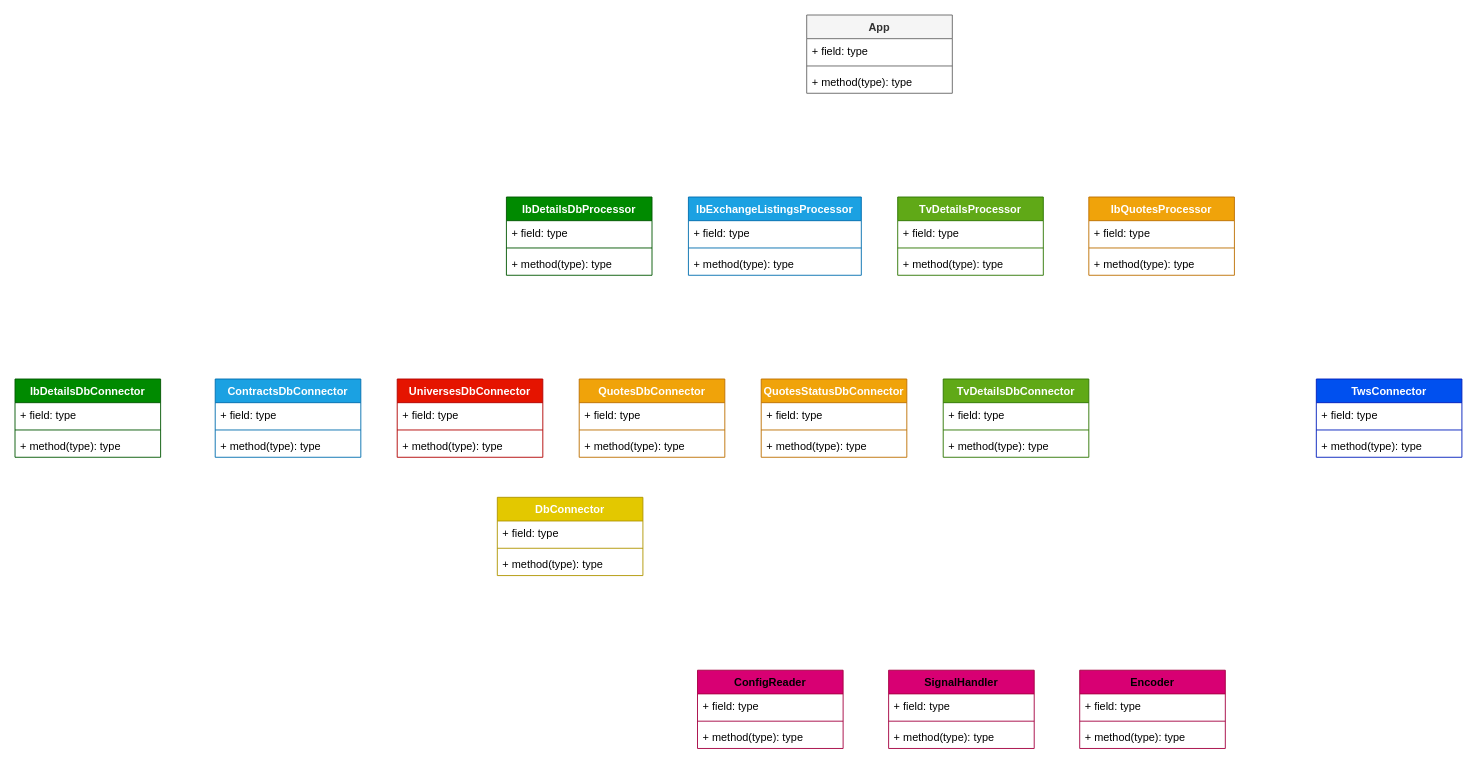
Above: archive/class_diagram/barbucket_class_diagram.drawio in webclinic017/barbucket (draw.io), before the change. Source tidied: cells renumbered, new cells numbered last; positions are measured from the earlier drawing's top-left corner, leaving out a move shared by most shapes. Both pictures are drawn from the tidied source at 91%, with x=0, y=0 at pixel (15, 15).
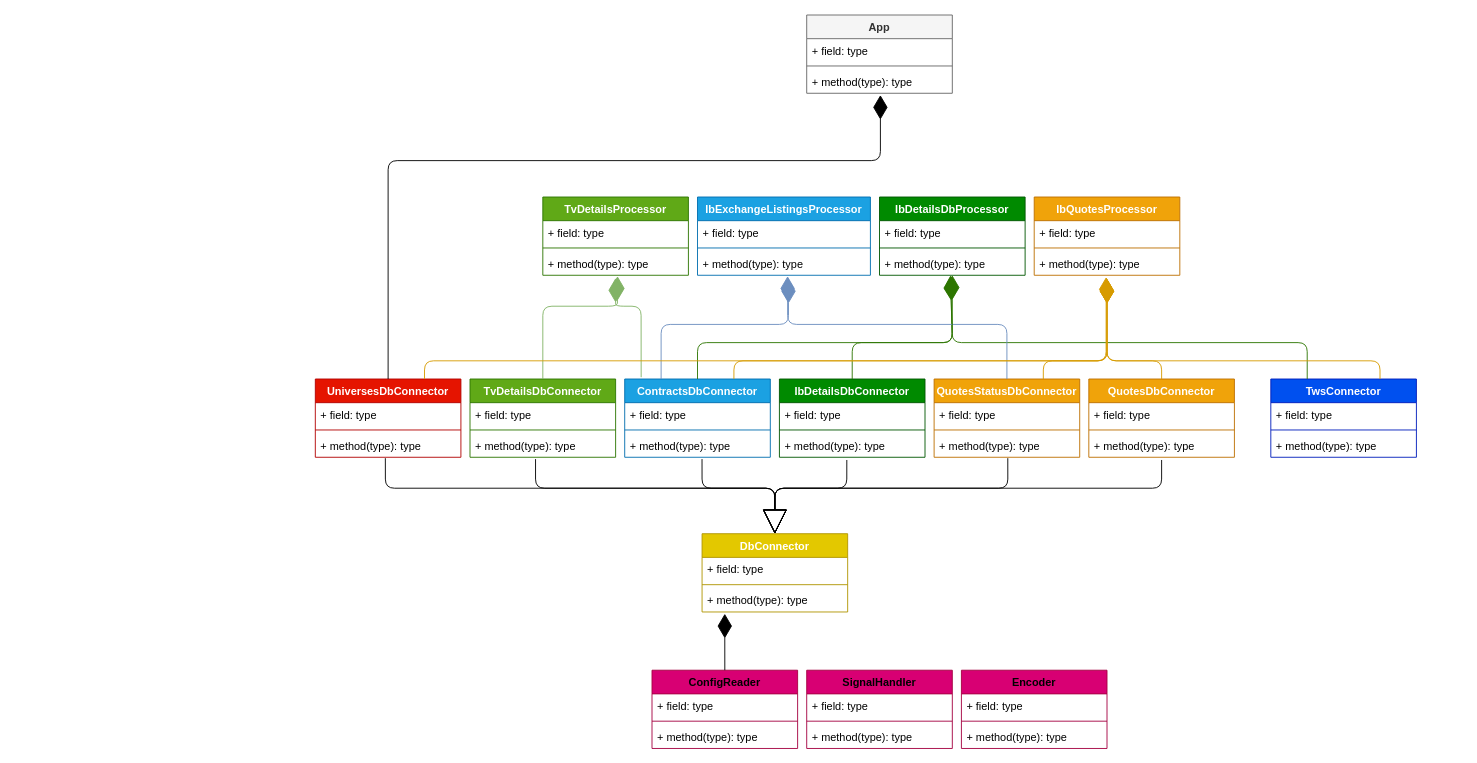
After the change.

Commit message:
updated class diagram

Unchanged cells that the change refers to:
```xml
<mxCell id="5" value="+ method(type): type" style="text;strokeColor=none;fillColor=none;align=left;verticalAlign=top;spacingLeft=4;spacingRight=4;overflow=hidden;points=[[0,0.5],[1,0.5]];portConstraint=eastwest;" parent="2" vertex="1">
  <mxGeometry y="60" width="160" height="26" as="geometry" />
</mxCell>
<mxCell id="9" value="+ method(type): type" style="text;strokeColor=none;fillColor=none;align=left;verticalAlign=top;spacingLeft=4;spacingRight=4;overflow=hidden;points=[[0,0.5],[1,0.5]];portConstraint=eastwest;" parent="6" vertex="1">
  <mxGeometry y="60" width="160" height="26" as="geometry" />
</mxCell>
<mxCell id="13" value="+ method(type): type" style="text;strokeColor=none;fillColor=none;align=left;verticalAlign=top;spacingLeft=4;spacingRight=4;overflow=hidden;points=[[0,0.5],[1,0.5]];portConstraint=eastwest;" parent="10" vertex="1">
  <mxGeometry y="60" width="160" height="26" as="geometry" />
</mxCell>
<mxCell id="17" value="+ method(type): type" style="text;strokeColor=none;fillColor=none;align=left;verticalAlign=top;spacingLeft=4;spacingRight=4;overflow=hidden;points=[[0,0.5],[1,0.5]];portConstraint=eastwest;" parent="14" vertex="1">
  <mxGeometry y="60" width="190" height="26" as="geometry" />
</mxCell>
<mxCell id="21" value="+ method(type): type" style="text;strokeColor=none;fillColor=none;align=left;verticalAlign=top;spacingLeft=4;spacingRight=4;overflow=hidden;points=[[0,0.5],[1,0.5]];portConstraint=eastwest;" parent="18" vertex="1">
  <mxGeometry y="60" width="160" height="26" as="geometry" />
</mxCell>
<mxCell id="25" value="+ method(type): type" style="text;strokeColor=none;fillColor=none;align=left;verticalAlign=top;spacingLeft=4;spacingRight=4;overflow=hidden;points=[[0,0.5],[1,0.5]];portConstraint=eastwest;" parent="22" vertex="1">
  <mxGeometry y="60" width="160" height="26" as="geometry" />
</mxCell>
<mxCell id="29" value="+ method(type): type" style="text;strokeColor=none;fillColor=none;align=left;verticalAlign=top;spacingLeft=4;spacingRight=4;overflow=hidden;points=[[0,0.5],[1,0.5]];portConstraint=eastwest;" parent="26" vertex="1">
  <mxGeometry y="60" width="160" height="26" as="geometry" />
</mxCell>
<mxCell id="37" value="+ method(type): type" style="text;strokeColor=none;fillColor=none;align=left;verticalAlign=top;spacingLeft=4;spacingRight=4;overflow=hidden;points=[[0,0.5],[1,0.5]];portConstraint=eastwest;" parent="34" vertex="1">
  <mxGeometry y="60" width="160" height="26" as="geometry" />
</mxCell>
<mxCell id="45" value="+ method(type): type" style="text;strokeColor=none;fillColor=none;align=left;verticalAlign=top;spacingLeft=4;spacingRight=4;overflow=hidden;points=[[0,0.5],[1,0.5]];portConstraint=eastwest;" parent="42" vertex="1">
  <mxGeometry y="60" width="160" height="26" as="geometry" />
</mxCell>
<mxCell id="49" value="+ method(type): type" style="text;strokeColor=none;fillColor=none;align=left;verticalAlign=top;spacingLeft=4;spacingRight=4;overflow=hidden;points=[[0,0.5],[1,0.5]];portConstraint=eastwest;" parent="46" vertex="1">
  <mxGeometry y="60" width="160" height="26" as="geometry" />
</mxCell>
<mxCell id="53" value="+ method(type): type" style="text;strokeColor=none;fillColor=none;align=left;verticalAlign=top;spacingLeft=4;spacingRight=4;overflow=hidden;points=[[0,0.5],[1,0.5]];portConstraint=eastwest;" parent="50" vertex="1">
  <mxGeometry y="60" width="160" height="26" as="geometry" />
</mxCell>
<mxCell id="65" value="+ method(type): type" style="text;strokeColor=none;fillColor=none;align=left;verticalAlign=top;spacingLeft=4;spacingRight=4;overflow=hidden;points=[[0,0.5],[1,0.5]];portConstraint=eastwest;" parent="62" vertex="1">
  <mxGeometry y="60" width="160" height="26" as="geometry" />
</mxCell>
```

Diff of the diagram source:
```diff
@@
     <mxCell id="2" value="QuotesDbConnector" style="swimlane;fontStyle=1;align=center;verticalAlign=top;horizontal=1;startSize=26;fillColor=#f0a30a;strokeColor=#BD7000;fontColor=#ffffff;" parent="1" vertex="1">
-      <mxGeometry x="620" y="400" width="160" height="86" as="geometry" />
+      <mxGeometry x="1180" y="400" width="160" height="86" as="geometry" />
     </mxCell>
@@
     <mxCell id="6" value="UniversesDbConnector" style="swimlane;fontStyle=1;align=center;verticalAlign=top;horizontal=1;startSize=26;fillColor=#e51400;strokeColor=#B20000;fontColor=#ffffff;" parent="1" vertex="1">
-      <mxGeometry x="420" y="400" width="160" height="86" as="geometry" />
+      <mxGeometry x="330" y="400" width="160" height="86" as="geometry" />
     </mxCell>
@@
     <mxCell id="10" value="ContractsDbConnector" style="swimlane;fontStyle=1;align=center;verticalAlign=top;horizontal=1;startSize=26;fillColor=#1ba1e2;strokeColor=#006EAF;fontColor=#ffffff;" parent="1" vertex="1">
-      <mxGeometry x="220" y="400" width="160" height="86" as="geometry" />
+      <mxGeometry x="670" y="400" width="160" height="86" as="geometry" />
     </mxCell>
@@
     <mxCell id="14" value="IbExchangeListingsProcessor" style="swimlane;fontStyle=1;align=center;verticalAlign=top;horizontal=1;startSize=26;fillColor=#1ba1e2;strokeColor=#006EAF;fontColor=#ffffff;" parent="1" vertex="1">
-      <mxGeometry x="740" y="200" width="190" height="86" as="geometry" />
+      <mxGeometry x="750" y="200" width="190" height="86" as="geometry" />
     </mxCell>
@@
     <mxCell id="18" value="QuotesStatusDbConnector" style="swimlane;fontStyle=1;align=center;verticalAlign=top;horizontal=1;startSize=26;fillColor=#f0a30a;strokeColor=#BD7000;fontColor=#ffffff;" parent="1" vertex="1">
-      <mxGeometry x="820" y="400" width="160" height="86" as="geometry" />
+      <mxGeometry x="1010" y="400" width="160" height="86" as="geometry" />
     </mxCell>
@@
     <mxCell id="22" value="TvDetailsDbConnector" style="swimlane;fontStyle=1;align=center;verticalAlign=top;horizontal=1;startSize=26;fillColor=#60a917;strokeColor=#2D7600;fontColor=#ffffff;" parent="1" vertex="1">
-      <mxGeometry x="1020" y="400" width="160" height="86" as="geometry" />
+      <mxGeometry x="500" y="400" width="160" height="86" as="geometry" />
     </mxCell>
@@
     <mxCell id="26" value="TvDetailsProcessor" style="swimlane;fontStyle=1;align=center;verticalAlign=top;horizontal=1;startSize=26;fillColor=#60a917;strokeColor=#2D7600;fontColor=#ffffff;" parent="1" vertex="1">
-      <mxGeometry x="970" y="200" width="160" height="86" as="geometry" />
+      <mxGeometry x="580" y="200" width="160" height="86" as="geometry" />
     </mxCell>
@@
     <mxCell id="30" value="TwsConnector" style="swimlane;fontStyle=1;align=center;verticalAlign=top;horizontal=1;startSize=26;fillColor=#0050ef;strokeColor=#001DBC;fontColor=#ffffff;" parent="1" vertex="1">
-      <mxGeometry x="1430" y="400" width="160" height="86" as="geometry" />
+      <mxGeometry x="1380" y="400" width="160" height="86" as="geometry" />
     </mxCell>
@@
     <mxCell id="38" value="Encoder" style="swimlane;fontStyle=1;align=center;verticalAlign=top;horizontal=1;startSize=26;fillColor=#d80073;strokeColor=#A50040;" parent="1" vertex="1">
-      <mxGeometry x="1170" y="720" width="160" height="86" as="geometry" />
+      <mxGeometry x="1040" y="720" width="160" height="86" as="geometry" />
     </mxCell>
@@
     <mxCell id="42" value="IbDetailsDbConnector" style="swimlane;fontStyle=1;align=center;verticalAlign=top;horizontal=1;startSize=26;fillColor=#008a00;strokeColor=#005700;fontColor=#ffffff;" parent="1" vertex="1">
-      <mxGeometry y="400" width="160" height="86" as="geometry" />
+      <mxGeometry x="840" y="400" width="160" height="86" as="geometry" />
     </mxCell>
@@
     <mxCell id="46" value="DbConnector" style="swimlane;fontStyle=1;align=center;verticalAlign=top;horizontal=1;startSize=26;fillColor=#e3c800;strokeColor=#B09500;fontColor=#ffffff;" parent="1" vertex="1">
-      <mxGeometry x="530" y="530" width="160" height="86" as="geometry" />
+      <mxGeometry x="755" y="570" width="160" height="86" as="geometry" />
     </mxCell>
@@
     <mxCell id="50" value="IbDetailsDbProcessor" style="swimlane;fontStyle=1;align=center;verticalAlign=top;horizontal=1;startSize=26;fillColor=#008a00;strokeColor=#005700;fontColor=#ffffff;" parent="1" vertex="1">
-      <mxGeometry x="540" y="200" width="160" height="86" as="geometry" />
+      <mxGeometry x="950" y="200" width="160" height="86" as="geometry" />
     </mxCell>
@@
     <mxCell id="54" value="SignalHandler" style="swimlane;fontStyle=1;align=center;verticalAlign=top;horizontal=1;startSize=26;fillColor=#d80073;strokeColor=#A50040;" parent="1" vertex="1">
-      <mxGeometry x="960" y="720" width="160" height="86" as="geometry" />
+      <mxGeometry x="870" y="720" width="160" height="86" as="geometry" />
     </mxCell>
@@
     <mxCell id="58" value="ConfigReader" style="swimlane;fontStyle=1;align=center;verticalAlign=top;horizontal=1;startSize=26;fillColor=#d80073;strokeColor=#A50040;" parent="1" vertex="1">
-      <mxGeometry x="750" y="720" width="160" height="86" as="geometry" />
+      <mxGeometry x="700" y="720" width="160" height="86" as="geometry" />
     </mxCell>
@@
     <mxCell id="62" value="IbQuotesProcessor" style="swimlane;fontStyle=1;align=center;verticalAlign=top;horizontal=1;startSize=26;fillColor=#f0a30a;strokeColor=#BD7000;fontColor=#ffffff;" parent="1" vertex="1">
-      <mxGeometry x="1180" y="200" width="160" height="86" as="geometry" />
+      <mxGeometry x="1120" y="200" width="160" height="86" as="geometry" />
     </mxCell>
@@
+    <mxCell id="66" style="endArrow=diamondThin;endFill=1;endSize=24;html=1;exitX=0.5;exitY=0;exitDx=0;exitDy=0;entryX=0.156;entryY=1.077;entryDx=0;entryDy=0;entryPerimeter=0;" parent="1" edge="1" source="58" target="49">
+      <mxGeometry relative="1" as="geometry" />
+    </mxCell>
+    <mxCell id="67" style="endArrow=diamondThin;endFill=1;endSize=24;html=1;exitX=0.25;exitY=0;exitDx=0;exitDy=0;entryX=0.488;entryY=1.038;entryDx=0;entryDy=0;entryPerimeter=0;fillColor=#60a917;strokeColor=#2D7600;" parent="1" edge="1" source="30" target="53">
+      <mxGeometry relative="1" as="geometry">
+        <Array as="points">
+          <mxPoint x="1420" y="360" />
+          <mxPoint x="1030" y="360" />
+        </Array>
+      </mxGeometry>
+    </mxCell>
+    <mxCell id="68" style="endArrow=diamondThin;endFill=1;endSize=24;html=1;exitX=0.25;exitY=0;exitDx=0;exitDy=0;fillColor=#dae8fc;strokeColor=#6c8ebf;" parent="1" edge="1" source="10">
+      <mxGeometry relative="1" as="geometry">
+        <mxPoint x="850" y="290" as="targetPoint" />
+        <Array as="points">
+          <mxPoint x="710" y="340" />
+          <mxPoint x="850" y="340" />
+        </Array>
+      </mxGeometry>
+    </mxCell>
+    <mxCell id="69" style="endArrow=diamondThin;endFill=1;endSize=24;html=1;exitX=0.5;exitY=0;exitDx=0;exitDy=0;entryX=0.513;entryY=1.038;entryDx=0;entryDy=0;entryPerimeter=0;fillColor=#d5e8d4;strokeColor=#82b366;" parent="1" edge="1" source="22" target="29">
+      <mxGeometry relative="1" as="geometry">
+        <Array as="points">
+          <mxPoint x="580" y="320" />
+          <mxPoint x="662" y="320" />
+        </Array>
+      </mxGeometry>
+    </mxCell>
+    <mxCell id="70" style="endArrow=diamondThin;endFill=1;endSize=24;html=1;exitX=0.75;exitY=0;exitDx=0;exitDy=0;fillColor=#ffe6cc;strokeColor=#d79b00;" parent="1" edge="1" source="30">
+      <mxGeometry relative="1" as="geometry">
+        <mxPoint x="1200" y="290" as="targetPoint" />
+        <Array as="points">
+          <mxPoint x="1500" y="380" />
+          <mxPoint x="1200" y="380" />
+        </Array>
+      </mxGeometry>
+    </mxCell>
+    <mxCell id="71" style="endArrow=diamondThin;endFill=1;endSize=24;html=1;exitX=0.5;exitY=0;exitDx=0;exitDy=0;entryX=0.488;entryY=1;entryDx=0;entryDy=0;entryPerimeter=0;fillColor=#60a917;strokeColor=#2D7600;" parent="1" edge="1" source="42" target="53">
+      <mxGeometry relative="1" as="geometry">
+        <Array as="points">
+          <mxPoint x="920" y="360" />
+          <mxPoint x="1030" y="360" />
+        </Array>
+      </mxGeometry>
+    </mxCell>
+    <mxCell id="72" style="endArrow=diamondThin;endFill=1;endSize=24;html=1;entryX=0.506;entryY=1.077;entryDx=0;entryDy=0;entryPerimeter=0;exitX=0.5;exitY=0;exitDx=0;exitDy=0;" parent="1" edge="1" source="6" target="37">
+      <mxGeometry relative="1" as="geometry">
+        <Array as="points">
+          <mxPoint x="410" y="160" />
+          <mxPoint x="951" y="160" />
+        </Array>
+      </mxGeometry>
+    </mxCell>
+    <mxCell id="73" style="endArrow=diamondThin;endFill=1;endSize=24;html=1;entryX=0.521;entryY=1.038;entryDx=0;entryDy=0;entryPerimeter=0;exitX=0.5;exitY=0;exitDx=0;exitDy=0;fillColor=#dae8fc;strokeColor=#6c8ebf;" parent="1" edge="1" source="18" target="17">
+      <mxGeometry relative="1" as="geometry">
+        <Array as="points">
+          <mxPoint x="1090" y="340" />
+          <mxPoint x="849" y="340" />
+        </Array>
+      </mxGeometry>
+    </mxCell>
+    <mxCell id="74" style="endArrow=diamondThin;endFill=1;endSize=24;html=1;exitX=0.5;exitY=0;exitDx=0;exitDy=0;fillColor=#ffe6cc;strokeColor=#d79b00;" parent="1" edge="1" source="2">
+      <mxGeometry relative="1" as="geometry">
+        <mxPoint x="1200" y="290" as="targetPoint" />
+        <Array as="points">
+          <mxPoint x="1260" y="380" />
+          <mxPoint x="1200" y="380" />
+        </Array>
+      </mxGeometry>
+    </mxCell>
+    <mxCell id="75" style="endArrow=diamondThin;endFill=1;endSize=24;html=1;exitX=0.75;exitY=0;exitDx=0;exitDy=0;fillColor=#ffe6cc;strokeColor=#d79b00;" parent="1" edge="1" source="18">
+      <mxGeometry relative="1" as="geometry">
+        <mxPoint x="1200" y="290" as="targetPoint" />
+        <Array as="points">
+          <mxPoint x="1130" y="380" />
+          <mxPoint x="1200" y="380" />
+        </Array>
+      </mxGeometry>
+    </mxCell>
+    <mxCell id="76" style="endArrow=diamondThin;endFill=1;endSize=24;html=1;exitX=0.5;exitY=0;exitDx=0;exitDy=0;entryX=0.5;entryY=1;entryDx=0;entryDy=0;entryPerimeter=0;fillColor=#60a917;strokeColor=#2D7600;" parent="1" edge="1" source="10" target="53">
+      <mxGeometry relative="1" as="geometry">
+        <Array as="points">
+          <mxPoint x="750" y="360" />
+          <mxPoint x="1030" y="360" />
+        </Array>
+      </mxGeometry>
+    </mxCell>
+    <mxCell id="77" style="endArrow=block;endFill=0;endSize=24;html=1;entryX=0.5;entryY=0;entryDx=0;entryDy=0;exitX=0.481;exitY=1.038;exitDx=0;exitDy=0;exitPerimeter=0;" parent="1" edge="1" source="9" target="46">
+      <mxGeometry relative="1" as="geometry">
+        <Array as="points">
+          <mxPoint x="407" y="520" />
+          <mxPoint x="835" y="520" />
+        </Array>
+      </mxGeometry>
+    </mxCell>
+    <mxCell id="78" style="endArrow=block;endFill=0;endSize=24;html=1;entryX=0.5;entryY=0;entryDx=0;entryDy=0;exitX=0.45;exitY=1.077;exitDx=0;exitDy=0;exitPerimeter=0;" parent="1" edge="1" source="25" target="46">
+      <mxGeometry relative="1" as="geometry">
+        <Array as="points">
+          <mxPoint x="572" y="520" />
+          <mxPoint x="835" y="520" />
+        </Array>
+      </mxGeometry>
+    </mxCell>
+    <mxCell id="79" style="endArrow=block;endFill=0;endSize=24;html=1;entryX=0.5;entryY=0;entryDx=0;entryDy=0;exitX=0.531;exitY=1.077;exitDx=0;exitDy=0;exitPerimeter=0;" parent="1" edge="1" source="13" target="46">
+      <mxGeometry relative="1" as="geometry">
+        <Array as="points">
+          <mxPoint x="755" y="520" />
+          <mxPoint x="835" y="520" />
+        </Array>
+      </mxGeometry>
+    </mxCell>
+    <mxCell id="80" style="endArrow=block;endFill=0;endSize=24;html=1;entryX=0.5;entryY=0;entryDx=0;entryDy=0;exitX=0.463;exitY=1.115;exitDx=0;exitDy=0;exitPerimeter=0;" parent="1" edge="1" source="45" target="46">
+      <mxGeometry relative="1" as="geometry">
+        <Array as="points">
+          <mxPoint x="914" y="520" />
+          <mxPoint x="835" y="520" />
+        </Array>
+      </mxGeometry>
+    </mxCell>
+    <mxCell id="81" style="endArrow=block;endFill=0;endSize=24;html=1;entryX=0.5;entryY=0;entryDx=0;entryDy=0;exitX=0.506;exitY=1.038;exitDx=0;exitDy=0;exitPerimeter=0;" parent="1" edge="1" source="21" target="46">
+      <mxGeometry relative="1" as="geometry">
+        <Array as="points">
+          <mxPoint x="1091" y="520" />
+          <mxPoint x="835" y="520" />
+        </Array>
+      </mxGeometry>
+    </mxCell>
+    <mxCell id="82" style="endArrow=block;endFill=0;endSize=24;html=1;entryX=0.5;entryY=0;entryDx=0;entryDy=0;exitX=0.5;exitY=1.115;exitDx=0;exitDy=0;exitPerimeter=0;" parent="1" edge="1" source="5" target="46">
+      <mxGeometry relative="1" as="geometry">
+        <Array as="points">
+          <mxPoint x="1260" y="520" />
+          <mxPoint x="835" y="520" />
+        </Array>
+      </mxGeometry>
+    </mxCell>
+    <mxCell id="83" style="endArrow=diamondThin;endFill=1;endSize=24;html=1;exitX=0.75;exitY=0;exitDx=0;exitDy=0;fillColor=#ffe6cc;strokeColor=#d79b00;" parent="1" edge="1" source="10">
+      <mxGeometry relative="1" as="geometry">
+        <mxPoint x="1200" y="290" as="targetPoint" />
+        <Array as="points">
+          <mxPoint x="790" y="380" />
+          <mxPoint x="1200" y="380" />
+        </Array>
+      </mxGeometry>
+    </mxCell>
+    <mxCell id="84" style="endArrow=diamondThin;endFill=1;endSize=24;html=1;exitX=0.113;exitY=-0.023;exitDx=0;exitDy=0;exitPerimeter=0;fillColor=#d5e8d4;strokeColor=#82b366;" parent="1" edge="1" source="10">
+      <mxGeometry relative="1" as="geometry">
+        <mxPoint x="660" y="289" as="targetPoint" />
+        <Array as="points">
+          <mxPoint x="688" y="320" />
+          <mxPoint x="660" y="320" />
+        </Array>
+      </mxGeometry>
+    </mxCell>
+    <mxCell id="85" style="endArrow=diamondThin;endFill=1;endSize=24;html=1;exitX=0.75;exitY=0;exitDx=0;exitDy=0;entryX=0.494;entryY=1.077;entryDx=0;entryDy=0;entryPerimeter=0;fillColor=#ffe6cc;strokeColor=#d79b00;" parent="1" edge="1" source="6" target="65">
+      <mxGeometry relative="1" as="geometry">
+        <Array as="points">
+          <mxPoint x="450" y="380" />
+          <mxPoint x="1199" y="380" />
+        </Array>
+      </mxGeometry>
+    </mxCell>
```
